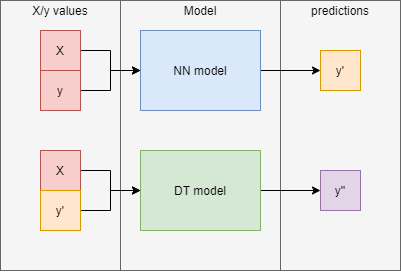
This is TreeExplainer/figures/NN-Tree Explainer Training.png from mathysgrapotte/deepexplain, a draw.io export, as it was before one commit. Source tidied: cells renumbered, new cells last; positions are measured from the earlier drawing's top-left corner, leaving out a move shared by most shapes.
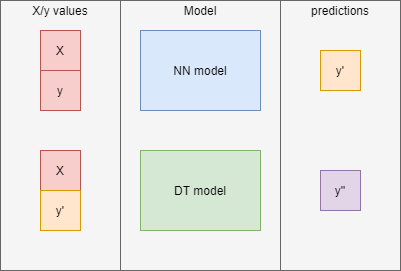
Later version of the same file.

The edit, as a diff of the source:
```diff
@@ -17,39 +17,21 @@
     <mxCell id="6" value="y'" style="whiteSpace=wrap;html=1;fillColor=#ffe6cc;strokeColor=#d79b00;" parent="1" vertex="1">
       <mxGeometry x="320" y="50" width="40" height="40" as="geometry" />
     </mxCell>
-    <mxCell id="7" style="edgeStyle=orthogonalEdgeStyle;rounded=0;jettySize=auto;html=1;entryX=0;entryY=0.5;entryDx=0;entryDy=0;" parent="1" edge="1" source="8" target="12">
-      <mxGeometry relative="1" as="geometry" />
-    </mxCell>
     <mxCell id="8" value="X" style="rounded=0;whiteSpace=wrap;html=1;fillColor=#f8cecc;strokeColor=#b85450;" parent="1" vertex="1">
       <mxGeometry x="40" y="30" width="40" height="40" as="geometry" />
     </mxCell>
-    <mxCell id="9" style="edgeStyle=orthogonalEdgeStyle;rounded=0;jettySize=auto;html=1;" parent="1" edge="1" source="10" target="12">
-      <mxGeometry relative="1" as="geometry" />
-    </mxCell>
     <mxCell id="10" value="y" style="rounded=0;whiteSpace=wrap;html=1;fillColor=#f8cecc;strokeColor=#b85450;" parent="1" vertex="1">
       <mxGeometry x="40" y="70" width="40" height="40" as="geometry" />
     </mxCell>
-    <mxCell id="11" style="edgeStyle=orthogonalEdgeStyle;rounded=0;jettySize=auto;html=1;" parent="1" edge="1" source="12" target="6">
-      <mxGeometry relative="1" as="geometry" />
-    </mxCell>
     <mxCell id="12" value="NN model" style="rounded=0;whiteSpace=wrap;html=1;fillColor=#dae8fc;strokeColor=#6c8ebf;" parent="1" vertex="1">
       <mxGeometry x="140" y="30" width="120" height="80" as="geometry" />
     </mxCell>
-    <mxCell id="13" style="edgeStyle=orthogonalEdgeStyle;rounded=0;jettySize=auto;html=1;" parent="1" edge="1" source="14" target="5">
-      <mxGeometry relative="1" as="geometry" />
-    </mxCell>
     <mxCell id="14" value="DT model" style="rounded=0;whiteSpace=wrap;html=1;fillColor=#d5e8d4;strokeColor=#82b366;" parent="1" vertex="1">
       <mxGeometry x="140" y="150" width="120" height="80" as="geometry" />
     </mxCell>
-    <mxCell id="15" style="edgeStyle=orthogonalEdgeStyle;rounded=0;jettySize=auto;html=1;" parent="1" edge="1" source="16" target="14">
-      <mxGeometry relative="1" as="geometry" />
-    </mxCell>
     <mxCell id="16" value="X" style="rounded=0;whiteSpace=wrap;html=1;fillColor=#f8cecc;strokeColor=#b85450;" parent="1" vertex="1">
       <mxGeometry x="40" y="150" width="40" height="40" as="geometry" />
     </mxCell>
-    <mxCell id="17" style="edgeStyle=orthogonalEdgeStyle;rounded=0;jettySize=auto;html=1;" parent="1" edge="1" source="18" target="14">
-      <mxGeometry relative="1" as="geometry" />
-    </mxCell>
     <mxCell id="18" value="y'" style="whiteSpace=wrap;html=1;fillColor=#ffe6cc;strokeColor=#d79b00;" parent="1" vertex="1">
       <mxGeometry x="40" y="190" width="40" height="40" as="geometry" />
     </mxCell>
```
